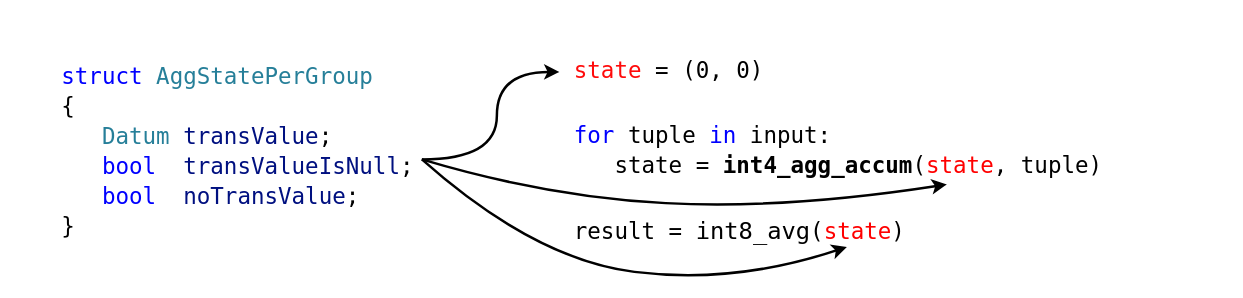
This is how-group-by-works/init-scheme.drawio from ashenBlade/tantor-pg-meetups, a draw.io file, before an edit. Source tidied: cells renumbered, new cells numbered last; positions are measured from the earlier drawing's top-left corner, leaving out a move shared by most shapes. Both pictures are drawn from the tidied source at 125%, with x=0, y=0 at pixel (59, 46).
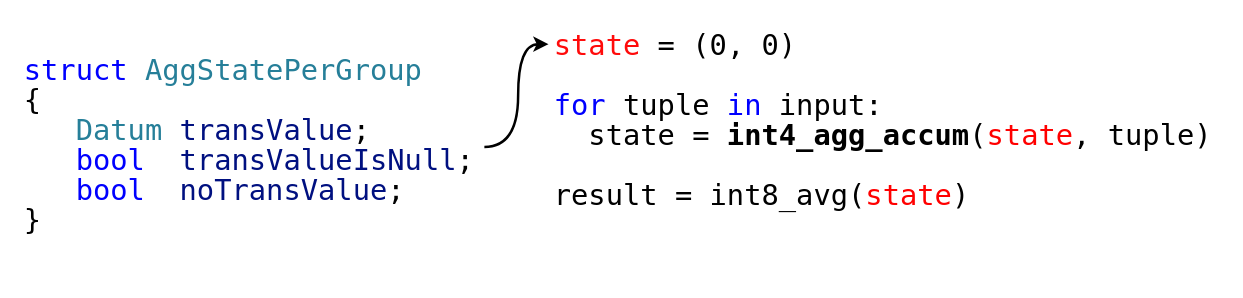
After the change.

The edit, as a diff of the source:
```diff
@@
 <mxGraphModel>
   <root>
     <mxCell id="0" />
     <mxCell id="1" parent="0" />
-    <mxCell id="2" value="&lt;div style=&quot;font-family: &amp;quot;JetBrains Mono NL Medium&amp;quot;, &amp;quot;monospace&amp;quot;, monospace, &amp;quot;Droid Sans Mono&amp;quot;, monospace; line-height: 24px; white-space: pre;&quot;&gt;&lt;div style=&quot;font-weight: normal;&quot;&gt;&lt;span style=&quot;font-size: 18px; color: rgb(0, 0, 0);&quot;&gt;&lt;font style=&quot;color: rgb(255, 11, 11);&quot;&gt;state&lt;/font&gt;&lt;/span&gt;&lt;span style=&quot;color: rgb(0, 0, 0); font-size: 18px;&quot;&gt; = &lt;/span&gt;&lt;font style=&quot;color: rgb(0, 0, 0); font-size: 18px;&quot;&gt;(&lt;/font&gt;&lt;font style=&quot;color: rgb(0, 0, 0); font-size: 18px;&quot;&gt;0, 0)&lt;/font&gt;&lt;/div&gt;&lt;span style=&quot;color: rgb(0, 0, 0); font-size: 18px;&quot;&gt;&lt;br&gt;&lt;/span&gt;&lt;div style=&quot;color: rgb(0, 0, 0); font-size: 18px; font-weight: normal;&quot;&gt;&lt;span style=&quot;color: #0000ff;&quot;&gt;for&lt;/span&gt;&lt;span style=&quot;color: #000000;&quot;&gt; tuple &lt;/span&gt;&lt;span style=&quot;color: #0000ff;&quot;&gt;in&lt;/span&gt;&lt;span style=&quot;color: #000000;&quot;&gt; input:&lt;/span&gt;&lt;/div&gt;&lt;div style=&quot;&quot;&gt;&lt;span style=&quot;color: rgb(0, 0, 0); font-size: 18px;&quot;&gt;   state = &lt;/span&gt;&lt;b style=&quot;&quot;&gt;&lt;font style=&quot;color: rgb(0, 0, 0); font-size: 18px;&quot;&gt;int4_agg_accum&lt;/font&gt;&lt;/b&gt;&lt;span style=&quot;color: rgb(0, 0, 0); font-size: 18px;&quot;&gt;(&lt;/span&gt;&lt;span style=&quot;font-size: 18px; color: rgb(0, 0, 0);&quot;&gt;&lt;font style=&quot;color: rgb(255, 0, 0);&quot;&gt;state&lt;/font&gt;&lt;/span&gt;&lt;span style=&quot;color: rgb(0, 0, 0); font-size: 18px;&quot;&gt;, tuple)&lt;/span&gt;&lt;/div&gt;&lt;span style=&quot;color: rgb(0, 0, 0); font-size: 18px;&quot;&gt;&lt;br&gt;&lt;/span&gt;&lt;div style=&quot;font-weight: normal;&quot;&gt;&lt;span style=&quot;color: rgb(0, 0, 0); font-size: 18px;&quot;&gt;result = &lt;/span&gt;&lt;font style=&quot;font-size: 19px; color: rgb(0, 0, 0);&quot;&gt;int8_avg&lt;/font&gt;&lt;span style=&quot;color: rgb(0, 0, 0); font-size: 18px;&quot;&gt;(&lt;/span&gt;&lt;span style=&quot;font-size: 18px; color: rgb(0, 0, 0);&quot;&gt;&lt;font style=&quot;color: rgb(255, 0, 0);&quot;&gt;state&lt;/font&gt;&lt;/span&gt;&lt;span style=&quot;color: rgb(0, 0, 0); font-size: 18px;&quot;&gt;)&lt;/span&gt;&lt;/div&gt;&lt;/div&gt;" style="text;whiteSpace=wrap;html=1;labelBackgroundColor=none;" parent="1" vertex="1">
-      <mxGeometry x="410" width="450" height="170" as="geometry" />
+    <mxCell id="2" value="&lt;div style=&quot;font-family: &amp;quot;JetBrains Mono NL Medium&amp;quot;, &amp;quot;monospace&amp;quot;, monospace, &amp;quot;Droid Sans Mono&amp;quot;, monospace; line-height: 24px; white-space: pre;&quot;&gt;&lt;div style=&quot;font-weight: normal;&quot;&gt;&lt;span style=&quot;color: rgb(0, 0, 0);&quot;&gt;&lt;font style=&quot;color: rgb(255, 11, 11);&quot;&gt;state&lt;/font&gt;&lt;/span&gt;&lt;span style=&quot;color: rgb(0, 0, 0);&quot;&gt; = &lt;/span&gt;&lt;font style=&quot;color: rgb(0, 0, 0);&quot;&gt;(&lt;/font&gt;&lt;font style=&quot;color: rgb(0, 0, 0);&quot;&gt;0, 0)&lt;/font&gt;&lt;/div&gt;&lt;span style=&quot;color: rgb(0, 0, 0);&quot;&gt;&lt;br&gt;&lt;/span&gt;&lt;div style=&quot;color: rgb(0, 0, 0); font-weight: normal;&quot;&gt;&lt;span style=&quot;color: #0000ff;&quot;&gt;for&lt;/span&gt;&lt;span style=&quot;color: #000000;&quot;&gt; tuple &lt;/span&gt;&lt;span style=&quot;color: #0000ff;&quot;&gt;in&lt;/span&gt;&lt;span style=&quot;color: #000000;&quot;&gt; input:&lt;/span&gt;&lt;/div&gt;&lt;div&gt;&lt;span style=&quot;color: rgb(0, 0, 0);&quot;&gt;  state = &lt;/span&gt;&lt;b&gt;&lt;font style=&quot;color: rgb(0, 0, 0);&quot;&gt;int4_agg_accum&lt;/font&gt;&lt;/b&gt;&lt;span style=&quot;color: rgb(0, 0, 0);&quot;&gt;(&lt;/span&gt;&lt;span style=&quot;color: rgb(0, 0, 0);&quot;&gt;&lt;font style=&quot;color: rgb(255, 0, 0);&quot;&gt;state&lt;/font&gt;&lt;/span&gt;&lt;span style=&quot;color: rgb(0, 0, 0);&quot;&gt;, tuple)&lt;/span&gt;&lt;/div&gt;&lt;span style=&quot;color: rgb(0, 0, 0);&quot;&gt;&lt;br&gt;&lt;/span&gt;&lt;div style=&quot;font-weight: normal;&quot;&gt;&lt;span style=&quot;color: rgb(0, 0, 0);&quot;&gt;result = &lt;/span&gt;&lt;font style=&quot;color: rgb(0, 0, 0);&quot;&gt;int8_avg&lt;/font&gt;&lt;span style=&quot;color: rgb(0, 0, 0);&quot;&gt;(&lt;/span&gt;&lt;span style=&quot;color: rgb(0, 0, 0);&quot;&gt;&lt;font style=&quot;color: rgb(255, 0, 0);&quot;&gt;state&lt;/font&gt;&lt;/span&gt;&lt;span style=&quot;color: rgb(0, 0, 0);&quot;&gt;)&lt;/span&gt;&lt;/div&gt;&lt;/div&gt;" style="text;whiteSpace=wrap;html=1;labelBackgroundColor=none;fontSize=23;" parent="1" vertex="1">
+      <mxGeometry x="394" y="-20" width="536" height="170" as="geometry" />
     </mxCell>
-    <mxCell id="3" value="&lt;div style=&quot;color: rgb(59, 59, 59); font-family: &amp;quot;JetBrains Mono NL Medium&amp;quot;, &amp;quot;monospace&amp;quot;, monospace, &amp;quot;Droid Sans Mono&amp;quot;, monospace; font-weight: normal; font-size: 18px; line-height: 24px; white-space: pre;&quot;&gt;&lt;div&gt;&lt;span style=&quot;color: #0000ff;&quot;&gt;struct&lt;/span&gt;&lt;span style=&quot;color: #000000;&quot;&gt; &lt;/span&gt;&lt;span style=&quot;color: #267f99;&quot;&gt;AggStatePerGroup&lt;/span&gt;&lt;/div&gt;&lt;div&gt;&lt;span style=&quot;color: #000000;&quot;&gt;{&lt;/span&gt;&lt;/div&gt;&lt;div&gt;&lt;span style=&quot;color: #000000;&quot;&gt;   &lt;/span&gt;&lt;span style=&quot;color: #267f99;&quot;&gt;Datum&lt;/span&gt;&lt;span style=&quot;color: #000000;&quot;&gt; &lt;/span&gt;&lt;span style=&quot;color: #001080;&quot;&gt;transValue&lt;/span&gt;&lt;span style=&quot;color: #000000;&quot;&gt;;&lt;/span&gt;&lt;/div&gt;&lt;div&gt;&lt;span style=&quot;color: #000000;&quot;&gt;   &lt;/span&gt;&lt;span style=&quot;color: #0000ff;&quot;&gt;bool&lt;/span&gt;&lt;span style=&quot;color: #000000;&quot;&gt;  &lt;/span&gt;&lt;span style=&quot;color: #001080;&quot;&gt;transValueIsNull&lt;/span&gt;&lt;span style=&quot;color: #000000;&quot;&gt;;&lt;/span&gt;&lt;/div&gt;&lt;div&gt;&lt;span style=&quot;color: #000000;&quot;&gt;   &lt;/span&gt;&lt;span style=&quot;color: #0000ff;&quot;&gt;bool&lt;/span&gt;&lt;span style=&quot;color: #000000;&quot;&gt;  &lt;/span&gt;&lt;span style=&quot;color: #001080;&quot;&gt;noTransValue&lt;/span&gt;&lt;span style=&quot;color: #000000;&quot;&gt;;&lt;/span&gt;&lt;/div&gt;&lt;div&gt;&lt;span style=&quot;color: #000000;&quot;&gt;}&lt;/span&gt;&lt;/div&gt;&lt;/div&gt;" style="text;whiteSpace=wrap;html=1;labelBackgroundColor=none;" parent="1" vertex="1">
-      <mxGeometry y="5" width="310" height="160" as="geometry" />
+    <mxCell id="3" value="&lt;div style=&quot;color: rgb(59, 59, 59); font-family: &amp;quot;JetBrains Mono NL Medium&amp;quot;, &amp;quot;monospace&amp;quot;, monospace, &amp;quot;Droid Sans Mono&amp;quot;, monospace; font-weight: normal; line-height: 24px; white-space: pre;&quot;&gt;&lt;div&gt;&lt;span style=&quot;color: #0000ff;&quot;&gt;struct&lt;/span&gt;&lt;span style=&quot;color: #000000;&quot;&gt; &lt;/span&gt;&lt;span style=&quot;color: #267f99;&quot;&gt;AggStatePerGroup&lt;/span&gt;&lt;/div&gt;&lt;div&gt;&lt;span style=&quot;color: #000000;&quot;&gt;{&lt;/span&gt;&lt;/div&gt;&lt;div&gt;&lt;span style=&quot;color: #000000;&quot;&gt;   &lt;/span&gt;&lt;span style=&quot;color: #267f99;&quot;&gt;Datum&lt;/span&gt;&lt;span style=&quot;color: #000000;&quot;&gt; &lt;/span&gt;&lt;span style=&quot;color: #001080;&quot;&gt;transValue&lt;/span&gt;&lt;span style=&quot;color: #000000;&quot;&gt;;&lt;/span&gt;&lt;/div&gt;&lt;div&gt;&lt;span style=&quot;color: #000000;&quot;&gt;   &lt;/span&gt;&lt;span style=&quot;color: #0000ff;&quot;&gt;bool&lt;/span&gt;&lt;span style=&quot;color: #000000;&quot;&gt;  &lt;/span&gt;&lt;span style=&quot;color: #001080;&quot;&gt;transValueIsNull&lt;/span&gt;&lt;span style=&quot;color: #000000;&quot;&gt;;&lt;/span&gt;&lt;/div&gt;&lt;div&gt;&lt;span style=&quot;color: #000000;&quot;&gt;   &lt;/span&gt;&lt;span style=&quot;color: #0000ff;&quot;&gt;bool&lt;/span&gt;&lt;span style=&quot;color: #000000;&quot;&gt;  &lt;/span&gt;&lt;span style=&quot;color: #001080;&quot;&gt;noTransValue&lt;/span&gt;&lt;span style=&quot;color: #000000;&quot;&gt;;&lt;/span&gt;&lt;/div&gt;&lt;div&gt;&lt;span style=&quot;color: #000000;&quot;&gt;}&lt;/span&gt;&lt;/div&gt;&lt;/div&gt;" style="text;whiteSpace=wrap;html=1;labelBackgroundColor=none;fontSize=23;" parent="1" vertex="1">
+      <mxGeometry x="-30" width="370" height="160" as="geometry" />
     </mxCell>
-    <mxCell id="4" style="curved=1;endArrow=classic;html=1;rounded=0;strokeWidth=2;" parent="1" edge="1">
-      <mxGeometry relative="1" as="geometry">
-        <mxPoint x="290" y="90" as="sourcePoint" />
-        <mxPoint x="400" y="20" as="targetPoint" />
-        <Array as="points">
-          <mxPoint x="350" y="90" />
-          <mxPoint x="350" y="20" />
-        </Array>
-      </mxGeometry>
-    </mxCell>
-    <mxCell id="5" style="curved=1;endArrow=classic;html=1;rounded=0;strokeWidth=2;" parent="1" edge="1">
-      <mxGeometry relative="1" as="geometry">
-        <mxPoint x="290" y="90" as="sourcePoint" />
-        <mxPoint x="710" y="110" as="targetPoint" />
-        <Array as="points">
-          <mxPoint x="390" y="120" />
-          <mxPoint x="580" y="130" />
-        </Array>
-      </mxGeometry>
-    </mxCell>
-    <mxCell id="6" style="curved=1;endArrow=classic;html=1;rounded=0;strokeWidth=2;" parent="1" edge="1">
-      <mxGeometry relative="1" as="geometry">
-        <mxPoint x="290" y="90" as="sourcePoint" />
-        <mxPoint x="630" y="160" as="targetPoint" />
-        <Array as="points">
-          <mxPoint x="380" y="170" />
-          <mxPoint x="540" y="190" />
-        </Array>
-      </mxGeometry>
-    </mxCell>
+    <mxCell id="7" style="edgeStyle=orthogonalEdgeStyle;rounded=0;jettySize=auto;html=1;entryX=-0.005;entryY=0.105;entryDx=0;entryDy=0;entryPerimeter=0;curved=1;strokeWidth=2;" parent="1" edge="1" source="3" target="2">
+      <mxGeometry relative="1" as="geometry" />
+    </mxCell>
   </root>
 </mxGraphModel>
```
